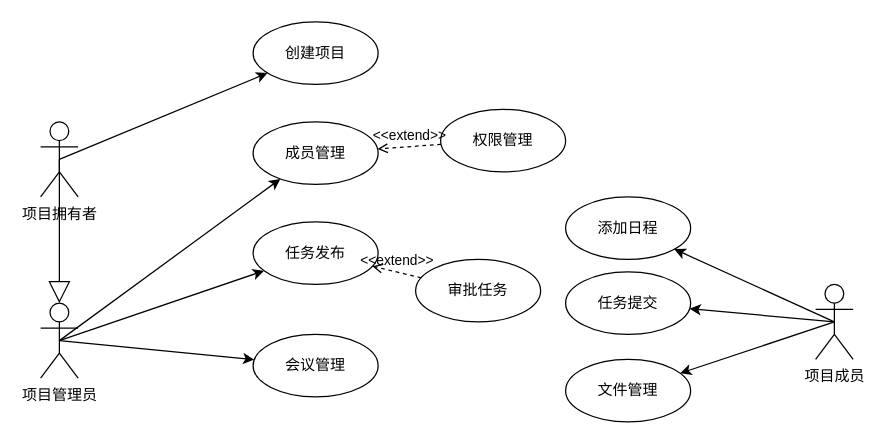
Above: usecase/项目管理子系统.drawio in TongjiMicroservice/Documents (draw.io), before the change. Source tidied: cells renumbered, new cells numbered last; positions are measured from the earlier drawing's top-left corner, leaving out a move shared by most shapes. Both pictures are drawn from the tidied source at 125%, with x=0, y=0 at pixel (40, 21).
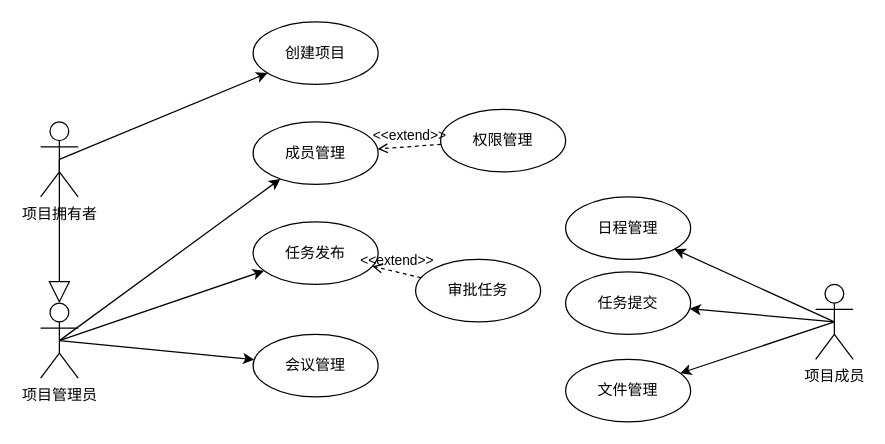
After the change.

Commit message:
修改用例图

What changed in the source:
```diff
@@
-    <mxCell id="23" value="添加日程" style="ellipse;whiteSpace=wrap;html=1;" parent="1" vertex="1">
+    <mxCell id="23" value="日程管理" style="ellipse;whiteSpace=wrap;html=1;" parent="1" vertex="1">
       <mxGeometry x="420" y="140" width="100" height="50" as="geometry" />
     </mxCell>
```
